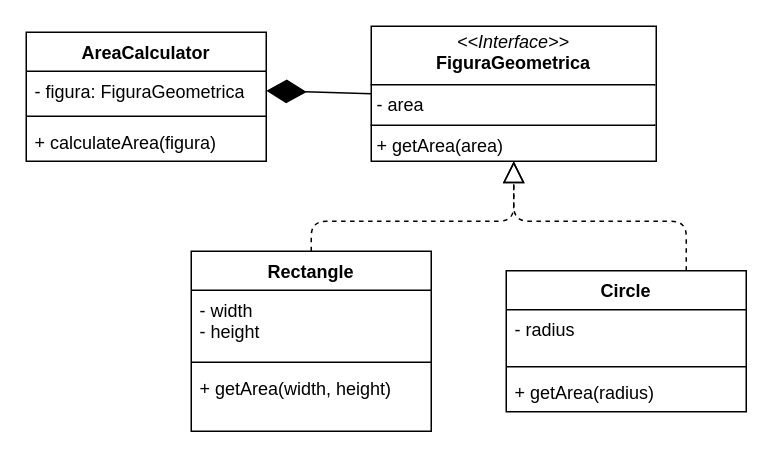
Earlier version of the draw.io diagram TallerSOLID/TallerSOLID/TallerSOLID/src/main/java/ejercicio2/despues/Ejercicio2.drawio (SebasRCC/Disenio_Software). Source tidied: cells renumbered, new cells numbered last; positions are measured from the earlier drawing's top-left corner, leaving out a move shared by most shapes. Both pictures are drawn from the tidied source at 150%, with x=0, y=0 at pixel (26, 26).
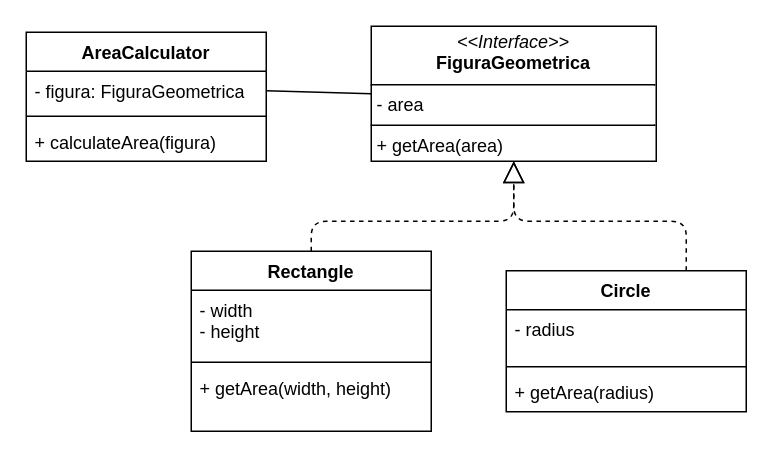
Above is the later version.

Commit message (it also covers changes not shown here):
correción diagrama2

The change refers to these unchanged cells:
```xml
<mxCell id="3" value="- figura: FiguraGeometrica" style="text;strokeColor=none;fillColor=none;align=left;verticalAlign=top;spacingLeft=4;spacingRight=4;overflow=hidden;points=[[0,0.5],[1,0.5]];portConstraint=eastwest;whiteSpace=wrap;html=1;" parent="2" vertex="1">
  <mxGeometry y="26" width="160" height="26" as="geometry" />
</mxCell>
<mxCell id="14" value="&lt;p style=&quot;margin:0px;margin-top:4px;text-align:center;&quot;&gt;&lt;i&gt;&amp;lt;&amp;lt;Interface&amp;gt;&amp;gt;&lt;/i&gt;&lt;br&gt;&lt;b&gt;FiguraGeometrica&lt;/b&gt;&lt;/p&gt;&lt;hr size=&quot;1&quot; style=&quot;border-style:solid;&quot;&gt;&lt;p style=&quot;margin:0px;margin-left:4px;&quot;&gt;- area&lt;/p&gt;&lt;hr size=&quot;1&quot; style=&quot;border-style:solid;&quot;&gt;&lt;p style=&quot;margin:0px;margin-left:4px;&quot;&gt;+ getArea(area)&lt;/p&gt;" style="verticalAlign=top;align=left;overflow=fill;html=1;whiteSpace=wrap;" parent="1" vertex="1">
  <mxGeometry x="230" width="190" height="90" as="geometry" />
</mxCell>
```

Change to the diagram source:
```diff
@@
-    <mxCell id="17" style="endArrow=diamondThin;endFill=1;endSize=24;html=1;entryX=1;entryY=0.5;entryDx=0;entryDy=0;exitX=0;exitY=0.5;exitDx=0;exitDy=0;" parent="1" edge="1" source="14" target="3">
+    <mxCell id="17" style="endArrow=none;startArrow=none;endFill=0;startFill=0;endSize=8;html=1;verticalAlign=bottom;labelBackgroundColor=none;strokeWidth=1;entryX=0;entryY=0.5;entryDx=0;entryDy=0;exitX=1;exitY=0.5;exitDx=0;exitDy=0;" parent="1" edge="1" source="3" target="14">
       <mxGeometry relative="1" as="geometry" />
     </mxCell>
```
